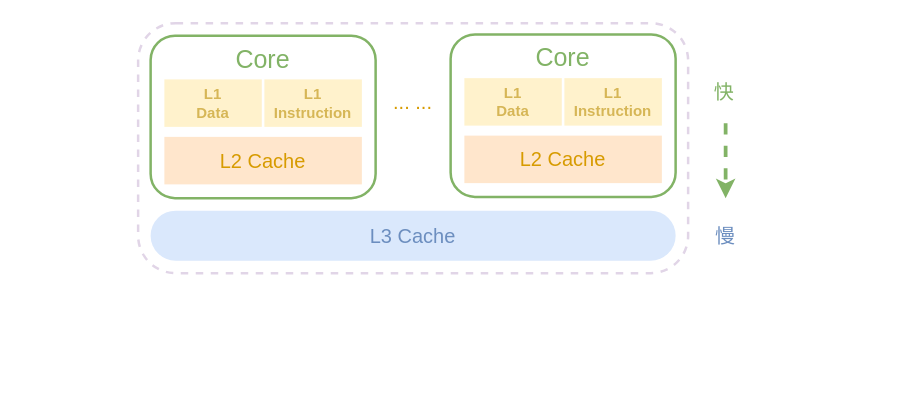
This is pc/cpu-cache.drawio from rabbitcount/drawio, a draw.io file, before an edit. Source tidied: cells renumbered, new cells numbered last; positions are measured from the earlier drawing's top-left corner, leaving out a move shared by most shapes. Both pictures are drawn from the tidied source at 125%, with x=0, y=0 at pixel (138, 22).
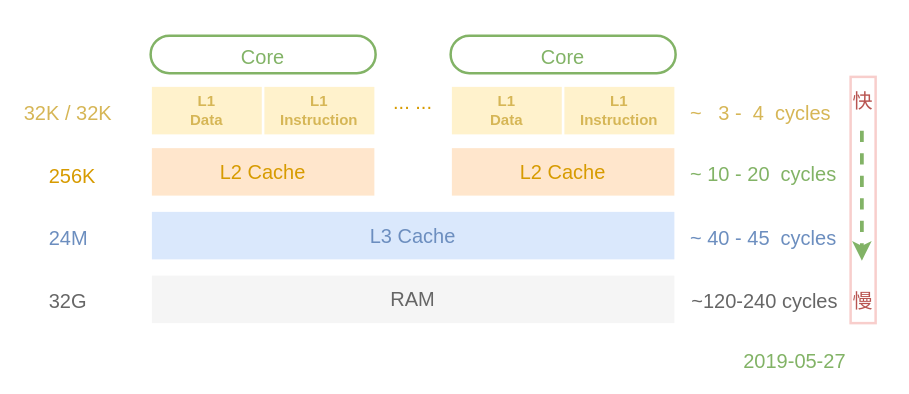
The same page after the edit.

What changed in the source:
```diff
@@
-    <mxCell id="2" style="rounded=1;whiteSpace=wrap;html=1;shadow=0;glass=0;comic=0;strokeColor=#E1D5E7;strokeWidth=2;fillColor=none;fontSize=16;align=center;dashed=1;" parent="1" vertex="1">
-      <mxGeometry width="440" height="200" as="geometry" />
-    </mxCell>
-    <mxCell id="3" style="group;" parent="1" vertex="1">
-      <mxGeometry x="10" y="10" width="180" height="130" as="geometry" />
-    </mxCell>
-    <mxCell id="4" value="Core" style="rounded=1;whiteSpace=wrap;html=1;fillColor=none;strokeColor=#82B366;strokeWidth=2;shadow=0;comic=0;glass=0;align=center;verticalAlign=top;fontColor=#82B366;fontSize=20;spacingBottom=0;" parent="3" vertex="1">
-      <mxGeometry width="180" height="130" as="geometry" />
-    </mxCell>
-    <mxCell id="5" value="L1 &lt;br&gt;Data" style="rounded=0;whiteSpace=wrap;html=1;fillColor=#fff2cc;strokeColor=#FFFFFF;fontColor=#D6B656;fontStyle=1;strokeWidth=2;" parent="3" vertex="1">
-      <mxGeometry x="10" y="34" width="80" height="40" as="geometry" />
-    </mxCell>
-    <mxCell id="6" value="L1 &lt;br&gt;Instruction" style="rounded=0;whiteSpace=wrap;html=1;fillColor=#fff2cc;strokeColor=#FFFFFF;fontColor=#D6B656;fontStyle=1;strokeWidth=2;" parent="3" vertex="1">
-      <mxGeometry x="90" y="34" width="80" height="40" as="geometry" />
-    </mxCell>
-    <mxCell id="7" value="L2 Cache" style="rounded=0;whiteSpace=wrap;html=1;shadow=0;glass=0;comic=0;strokeColor=#FFFFFF;strokeWidth=2;fillColor=#ffe6cc;fontSize=16;align=center;fontColor=#D79B00;" parent="3" vertex="1">
-      <mxGeometry x="10" y="80" width="160" height="40" as="geometry" />
-    </mxCell>
-    <mxCell id="8" style="group;" parent="1" vertex="1">
-      <mxGeometry x="250" y="9" width="180" height="130" as="geometry" />
-    </mxCell>
-    <mxCell id="9" value="Core" style="rounded=1;whiteSpace=wrap;html=1;fillColor=none;strokeColor=#82B366;strokeWidth=2;shadow=0;comic=0;glass=0;align=center;verticalAlign=top;fontColor=#82B366;fontSize=20;spacingBottom=0;" parent="8" vertex="1">
-      <mxGeometry width="180" height="130" as="geometry" />
-    </mxCell>
-    <mxCell id="10" value="L1 &lt;br&gt;Data" style="rounded=0;whiteSpace=wrap;html=1;fillColor=#fff2cc;strokeColor=#FFFFFF;fontColor=#D6B656;fontStyle=1;strokeWidth=2;" parent="8" vertex="1">
-      <mxGeometry x="10" y="34" width="80" height="40" as="geometry" />
-    </mxCell>
-    <mxCell id="11" value="L1 &lt;br&gt;Instruction" style="rounded=0;whiteSpace=wrap;html=1;fillColor=#fff2cc;strokeColor=#FFFFFF;fontColor=#D6B656;fontStyle=1;strokeWidth=2;" parent="8" vertex="1">
-      <mxGeometry x="90" y="34" width="80" height="40" as="geometry" />
-    </mxCell>
-    <mxCell id="12" value="L2 Cache" style="rounded=0;whiteSpace=wrap;html=1;shadow=0;glass=0;comic=0;strokeColor=#FFFFFF;strokeWidth=2;fillColor=#ffe6cc;fontSize=16;align=center;fontColor=#D79B00;" parent="8" vertex="1">
-      <mxGeometry x="10" y="80" width="160" height="40" as="geometry" />
-    </mxCell>
+    <mxCell id="18" style="rounded=0;whiteSpace=wrap;html=1;shadow=0;glass=0;comic=0;strokeColor=#F8CECC;strokeWidth=2;fillColor=none;fontSize=16;align=center;" parent="1" vertex="1">
+      <mxGeometry x="570" y="43" width="20" height="197" as="geometry" />
+    </mxCell>
@@
-    <mxCell id="14" value="L3 Cache" style="rounded=1;whiteSpace=wrap;html=1;shadow=0;glass=0;comic=0;strokeColor=none;strokeWidth=2;fillColor=#dae8fc;fontSize=16;align=center;fontColor=#6C8EBF;arcSize=50;" parent="1" vertex="1">
+    <mxCell id="14" value="L3 Cache" style="rounded=0;whiteSpace=wrap;html=1;shadow=0;glass=0;comic=0;strokeColor=#FFFFFF;strokeWidth=2;fillColor=#dae8fc;fontSize=16;align=center;fontColor=#6C8EBF;arcSize=50;" parent="1" vertex="1">
       <mxGeometry x="10" y="150" width="420" height="40" as="geometry" />
     </mxCell>
-    <mxCell id="15" style="endArrow=classic;html=1;fontSize=16;fontColor=#6C8EBF;fillColor=#d5e8d4;strokeColor=#82b366;dashed=1;strokeWidth=3;" parent="1" edge="1">
+    <mxCell id="15" style="endArrow=classic;html=1;fontSize=16;fontColor=#B85450;fillColor=#d5e8d4;strokeColor=#82b366;dashed=1;strokeWidth=3;" parent="1" edge="1">
       <mxGeometry relative="1" as="geometry">
-        <mxPoint x="470" y="80" as="sourcePoint" />
-        <mxPoint x="470" y="140" as="targetPoint" />
+        <mxPoint x="579" y="86" as="sourcePoint" />
+        <mxPoint x="579" y="190" as="targetPoint" />
       </mxGeometry>
     </mxCell>
-    <mxCell id="16" value="慢" style="text;html=1;align=left;verticalAlign=top;spacingTop=-4;fontSize=16;fontColor=#6C8EBF;" parent="1" vertex="1">
-      <mxGeometry x="460" y="158" width="30" height="20" as="geometry" />
+    <mxCell id="16" value="慢" style="text;html=1;align=left;verticalAlign=top;spacingTop=-4;fontSize=16;fontColor=#B85450;" parent="1" vertex="1">
+      <mxGeometry x="570" y="210" width="30" height="20" as="geometry" />
     </mxCell>
-    <mxCell id="17" value="快" style="text;html=1;align=left;verticalAlign=top;spacingTop=-4;fontSize=16;fontColor=#82B366;" parent="1" vertex="1">
-      <mxGeometry x="459" y="43" width="30" height="20" as="geometry" />
+    <mxCell id="17" value="快" style="text;html=1;align=left;verticalAlign=top;spacingTop=-4;fontSize=16;fontColor=#B85450;" parent="1" vertex="1">
+      <mxGeometry x="570" y="50" width="30" height="20" as="geometry" />
     </mxCell>
+    <mxCell id="4" value="&lt;div style=&quot;text-align: left&quot;&gt;&lt;span style=&quot;font-size: 16px&quot;&gt;Core&lt;/span&gt;&lt;/div&gt;" style="rounded=1;whiteSpace=wrap;html=1;fillColor=none;strokeColor=#82B366;strokeWidth=2;shadow=0;comic=0;glass=0;align=center;verticalAlign=middle;fontColor=#82B366;fontSize=20;spacingBottom=0;arcSize=50;spacing=0;" parent="1" vertex="1">
+      <mxGeometry x="10" y="10" width="180" height="30" as="geometry" />
+    </mxCell>
+    <mxCell id="5" value="L1 &lt;br&gt;Data" style="rounded=0;whiteSpace=wrap;html=1;fillColor=#fff2cc;strokeColor=#FFFFFF;fontColor=#D6B656;fontStyle=1;strokeWidth=2;" parent="1" vertex="1">
+      <mxGeometry x="10" y="50" width="90" height="40" as="geometry" />
+    </mxCell>
+    <mxCell id="6" value="L1 &lt;br&gt;Instruction" style="rounded=0;whiteSpace=wrap;html=1;fillColor=#fff2cc;strokeColor=#FFFFFF;fontColor=#D6B656;fontStyle=1;strokeWidth=2;" parent="1" vertex="1">
+      <mxGeometry x="100" y="50" width="90" height="40" as="geometry" />
+    </mxCell>
+    <mxCell id="7" value="L2 Cache" style="rounded=0;whiteSpace=wrap;html=1;shadow=0;glass=0;comic=0;strokeColor=#FFFFFF;strokeWidth=2;fillColor=#ffe6cc;fontSize=16;align=center;fontColor=#D79B00;" parent="1" vertex="1">
+      <mxGeometry x="10" y="99" width="180" height="40" as="geometry" />
+    </mxCell>
+    <mxCell id="9" value="&lt;div style=&quot;text-align: left&quot;&gt;&lt;span style=&quot;font-size: 16px&quot;&gt;Core&lt;/span&gt;&lt;/div&gt;" style="rounded=1;whiteSpace=wrap;html=1;fillColor=none;strokeColor=#82B366;strokeWidth=2;shadow=0;comic=0;glass=0;align=center;verticalAlign=middle;fontColor=#82B366;fontSize=20;spacingBottom=0;arcSize=50;spacing=0;" parent="1" vertex="1">
+      <mxGeometry x="250" y="10" width="180" height="30" as="geometry" />
+    </mxCell>
+    <mxCell id="10" value="L1 &lt;br&gt;Data" style="rounded=0;whiteSpace=wrap;html=1;fillColor=#fff2cc;strokeColor=#FFFFFF;fontColor=#D6B656;fontStyle=1;strokeWidth=2;" parent="1" vertex="1">
+      <mxGeometry x="250" y="50" width="90" height="40" as="geometry" />
+    </mxCell>
+    <mxCell id="11" value="L1 &lt;br&gt;Instruction" style="rounded=0;whiteSpace=wrap;html=1;fillColor=#fff2cc;strokeColor=#FFFFFF;fontColor=#D6B656;fontStyle=1;strokeWidth=2;" parent="1" vertex="1">
+      <mxGeometry x="340" y="50" width="90" height="40" as="geometry" />
+    </mxCell>
+    <mxCell id="12" value="L2 Cache" style="rounded=0;whiteSpace=wrap;html=1;shadow=0;glass=0;comic=0;strokeColor=#FFFFFF;strokeWidth=2;fillColor=#ffe6cc;fontSize=16;align=center;fontColor=#D79B00;" parent="1" vertex="1">
+      <mxGeometry x="250" y="99" width="180" height="40" as="geometry" />
+    </mxCell>
+    <mxCell id="19" value="&lt;span&gt;&lt;font style=&quot;font-size: 16px&quot;&gt;~&amp;nbsp; &amp;nbsp;3 -&amp;nbsp; 4&amp;nbsp; cycles&lt;/font&gt;&lt;/span&gt;" style="text;html=1;align=left;verticalAlign=top;spacingTop=-4;fontSize=16;fontColor=#D6B656;" parent="1" vertex="1">
+      <mxGeometry x="440" y="60" width="130" height="20" as="geometry" />
+    </mxCell>
+    <mxCell id="20" value="&lt;font style=&quot;font-size: 16px&quot;&gt;~ 10 - 20&amp;nbsp; cycles&lt;/font&gt;" style="text;html=1;align=left;verticalAlign=top;spacingTop=-4;fontSize=16;fontColor=#82B366;" parent="1" vertex="1">
+      <mxGeometry x="440" y="109" width="130" height="20" as="geometry" />
+    </mxCell>
+    <mxCell id="21" value="~ 40 - 45&amp;nbsp; cycles" style="text;html=1;align=left;verticalAlign=top;spacingTop=-4;fontSize=16;fontColor=#6C8EBF;" parent="1" vertex="1">
+      <mxGeometry x="440" y="160" width="130" height="20" as="geometry" />
+    </mxCell>
+    <mxCell id="22" value="&lt;span&gt;32K / 32K&lt;/span&gt;" style="text;html=1;align=left;verticalAlign=top;spacingTop=-4;fontSize=16;fontColor=#D6B656;" parent="1" vertex="1">
+      <mxGeometry x="-93" y="60" width="90" height="20" as="geometry" />
+    </mxCell>
+    <mxCell id="23" value="&lt;span&gt;256K&lt;/span&gt;" style="text;html=1;align=left;verticalAlign=top;spacingTop=-4;fontSize=16;fontColor=#D79B00;" parent="1" vertex="1">
+      <mxGeometry x="-73" y="110" width="50" height="20" as="geometry" />
+    </mxCell>
+    <mxCell id="24" value="&lt;span&gt;24M&lt;/span&gt;" style="text;html=1;align=left;verticalAlign=top;spacingTop=-4;fontSize=16;fontColor=#6C8EBF;" parent="1" vertex="1">
+      <mxGeometry x="-73" y="160" width="50" height="20" as="geometry" />
+    </mxCell>
+    <mxCell id="25" value="RAM" style="rounded=0;whiteSpace=wrap;html=1;shadow=0;glass=0;comic=0;strokeColor=#FFFFFF;strokeWidth=2;fillColor=#f5f5f5;fontSize=16;align=center;fontColor=#666666;arcSize=50;" parent="1" vertex="1">
+      <mxGeometry x="10" y="201" width="420" height="40" as="geometry" />
+    </mxCell>
+    <mxCell id="26" value="32G" style="text;html=1;align=left;verticalAlign=top;spacingTop=-4;fontSize=16;fontColor=#666666;" parent="1" vertex="1">
+      <mxGeometry x="-73" y="210" width="50" height="20" as="geometry" />
+    </mxCell>
+    <mxCell id="27" value="&lt;span&gt;~120-240 cycles&lt;/span&gt;" style="text;html=1;align=left;verticalAlign=top;spacingTop=-4;fontSize=16;fontColor=#666666;" parent="1" vertex="1">
+      <mxGeometry x="441" y="210" width="130" height="20" as="geometry" />
+    </mxCell>
+    <mxCell id="28" value="2019-05-27" style="text;html=1;strokeColor=none;fillColor=none;align=center;verticalAlign=middle;whiteSpace=wrap;rounded=0;shadow=0;glass=0;comic=0;fontSize=16;fontColor=#82B366;" parent="1" vertex="1">
+      <mxGeometry x="461" y="260" width="129" height="20" as="geometry" />
+    </mxCell>
```
